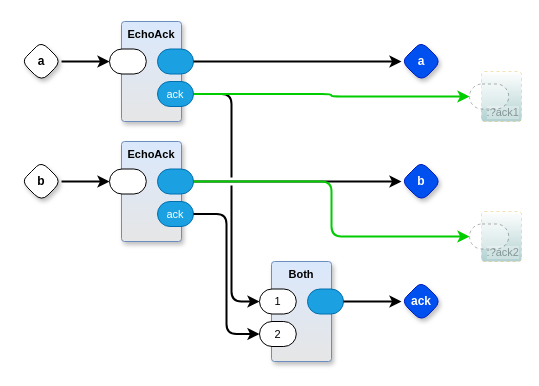
guitarvydas/pbp-pong keeps this draw.io diagram as page "EchoEchoAck" (5 of 5) of pong.drawio. Above is the earlier version. Source tidied: cells renumbered, new cells numbered last; positions are measured from the earlier drawing's top-left corner, leaving out a move shared by most shapes. Both pictures are drawn from the tidied source at 100%, with x=0, y=0 at pixel (21, 21).
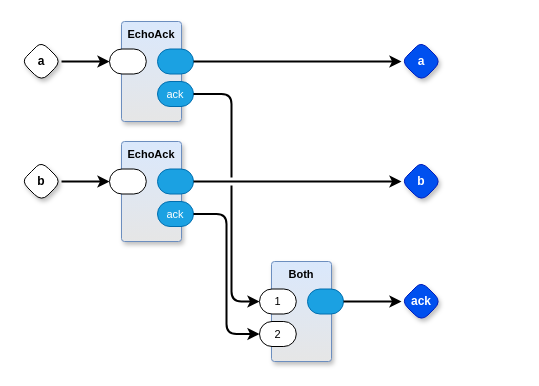
The same page after the edit.

Unchanged cells that the change refers to:
```xml
<mxCell id="5" value="ack" style="rounded=1;whiteSpace=wrap;html=1;sketch=0;points=[[0,0.5,0,0,0],[1,0.5,0,0,0]];fillColor=#1ba1e2;fontColor=#ffffff;strokeColor=#006EAF;arcSize=50;fontFamily=Helvetica;fontSize=11;labelBackgroundColor=none;" parent="2" vertex="1">
  <mxGeometry x="36" y="60" width="36" height="25" as="geometry" />
</mxCell>
<mxCell id="8" style="rounded=1;whiteSpace=wrap;html=1;sketch=0;points=[[0,0.5,0,0,0],[1,0.5,0,0,0]];fillColor=#1ba1e2;fontColor=#ffffff;strokeColor=#006EAF;arcSize=50;fontFamily=Helvetica;fontSize=11;labelBackgroundColor=none;" parent="6" vertex="1">
  <mxGeometry x="36" y="27.5" width="36" height="25" as="geometry" />
</mxCell>
```

What changed in the source:
```diff
@@
-    <mxCell id="26" value=":?ack1" style="rounded=1;whiteSpace=wrap;html=1;sketch=0;verticalAlign=bottom;arcSize=6;fontStyle=0;absoluteArcSize=1;shadow=0;strokeColor=#d79b00;fillColor=#FFFFFF;fontFamily=Helvetica;fontSize=11;dashed=1;opacity=30;align=right;textOpacity=30;gradientColor=#006666;fontColor=default;labelBackgroundColor=default;" parent="1" vertex="1">
-      <mxGeometry x="460" y="50" width="40" height="50" as="geometry" />
-    </mxCell>
-    <mxCell id="27" style="rounded=1;whiteSpace=wrap;html=1;sketch=0;points=[[0,0.5,0,0,0],[1,0.5,0,0,0]];arcSize=50;fontFamily=Helvetica;fontSize=11;fontColor=default;dashed=1;textOpacity=50;opacity=30;fontStyle=0;labelBackgroundColor=default;" parent="26" vertex="1">
-      <mxGeometry x="-12" y="12.5" width="39.2" height="25" as="geometry" />
-    </mxCell>
-    <mxCell id="28" style="edgeStyle=orthogonalEdgeStyle;shape=connector;curved=0;rounded=1;jettySize=auto;html=1;exitX=1;exitY=0.5;exitDx=0;exitDy=0;exitPerimeter=0;entryX=0;entryY=0.5;entryDx=0;entryDy=0;entryPerimeter=0;strokeColor=#00CC00;strokeWidth=2;align=center;verticalAlign=middle;fontFamily=Helvetica;fontSize=11;fontColor=default;labelBackgroundColor=default;endArrow=classic;" parent="1" edge="1" source="5" target="27">
-      <mxGeometry relative="1" as="geometry" />
-    </mxCell>
-    <mxCell id="29" value=":?ack2" style="rounded=1;whiteSpace=wrap;html=1;sketch=0;verticalAlign=bottom;arcSize=6;fontStyle=0;absoluteArcSize=1;shadow=0;strokeColor=#d79b00;fillColor=#FFFFFF;fontFamily=Helvetica;fontSize=11;dashed=1;opacity=30;align=right;textOpacity=30;gradientColor=#006666;fontColor=default;labelBackgroundColor=default;" parent="1" vertex="1">
-      <mxGeometry x="460" y="190" width="40" height="50" as="geometry" />
-    </mxCell>
-    <mxCell id="30" style="rounded=1;whiteSpace=wrap;html=1;sketch=0;points=[[0,0.5,0,0,0],[1,0.5,0,0,0]];arcSize=50;fontFamily=Helvetica;fontSize=11;fontColor=default;dashed=1;textOpacity=50;opacity=30;fontStyle=0;labelBackgroundColor=default;" parent="29" vertex="1">
-      <mxGeometry x="-12" y="12.5" width="39.2" height="25" as="geometry" />
-    </mxCell>
-    <mxCell id="31" style="edgeStyle=orthogonalEdgeStyle;shape=connector;curved=0;rounded=1;jettySize=auto;html=1;exitX=1;exitY=0.5;exitDx=0;exitDy=0;exitPerimeter=0;entryX=0;entryY=0.5;entryDx=0;entryDy=0;entryPerimeter=0;strokeColor=#00CC00;strokeWidth=2;align=center;verticalAlign=middle;fontFamily=Helvetica;fontSize=11;fontColor=default;labelBackgroundColor=default;endArrow=classic;" parent="1" edge="1" source="8" target="30">
-      <mxGeometry relative="1" as="geometry" />
-    </mxCell>
```
